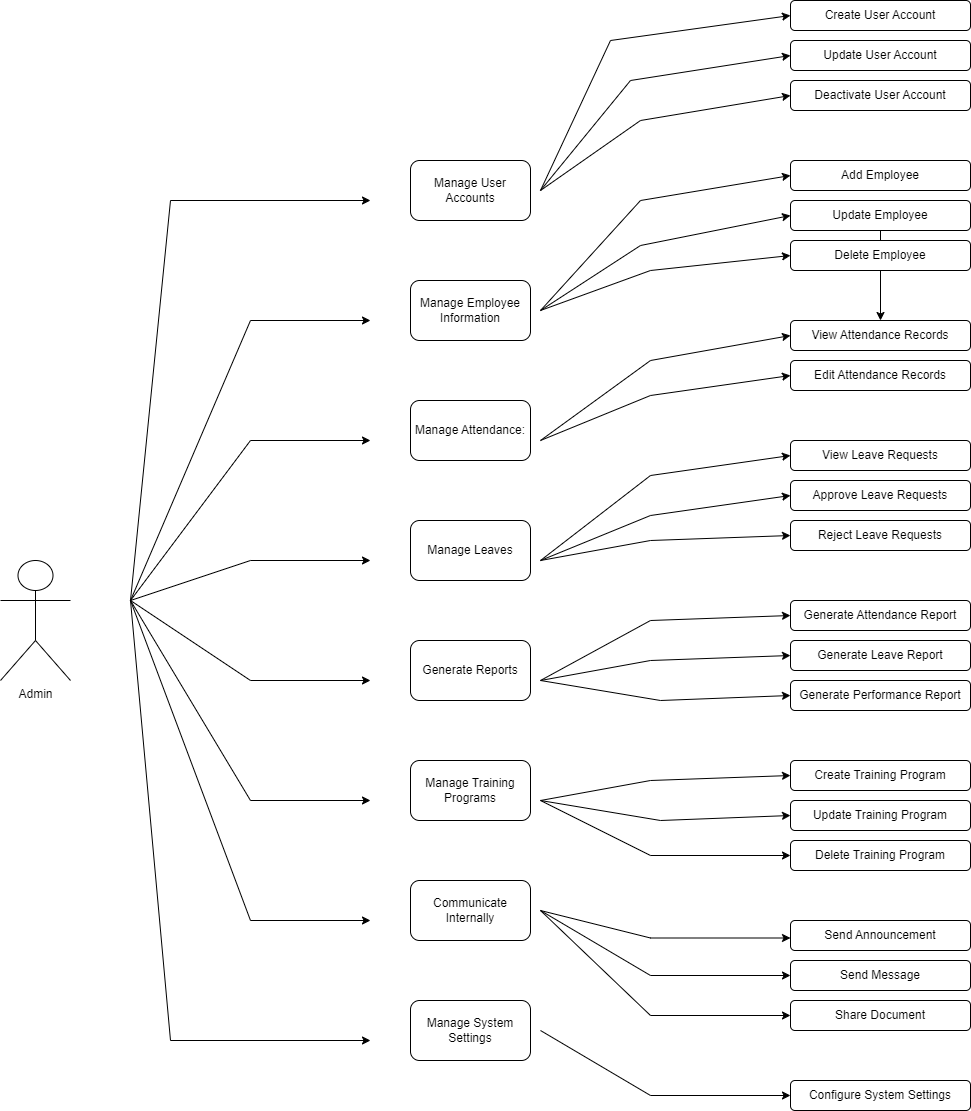
This is Admin Diagram.drawio.png from Arisa-Ndreu/test, a draw.io export, as it was before one commit. Source tidied: cells renumbered, new cells last; positions are measured from the earlier drawing's top-left corner, leaving out a move shared by most shapes. Its diagram source:
```xml
<mxGraphModel>
  <root>
    <mxCell id="0" />
    <mxCell id="1" parent="0" />
    <mxCell id="2" value="Admin" style="shape=umlActor;verticalLabelPosition=bottom;verticalAlign=top;html=1;" parent="1" vertex="1">
      <mxGeometry y="560" width="70" height="120" as="geometry" />
    </mxCell>
    <mxCell id="3" value="Manage User Accounts" style="rounded=1;whiteSpace=wrap;html=1;" parent="1" vertex="1">
      <mxGeometry x="410" y="160" width="120" height="60" as="geometry" />
    </mxCell>
    <mxCell id="4" value="Manage Employee Information" style="rounded=1;whiteSpace=wrap;html=1;" parent="1" vertex="1">
      <mxGeometry x="410" y="280" width="120" height="60" as="geometry" />
    </mxCell>
    <mxCell id="5" value="Manage Leaves" style="rounded=1;whiteSpace=wrap;html=1;" parent="1" vertex="1">
      <mxGeometry x="410" y="520" width="120" height="60" as="geometry" />
    </mxCell>
    <mxCell id="6" value="Generate Reports" style="rounded=1;whiteSpace=wrap;html=1;" parent="1" vertex="1">
      <mxGeometry x="410" y="640" width="120" height="60" as="geometry" />
    </mxCell>
    <mxCell id="7" value="Manage Training Programs" style="rounded=1;whiteSpace=wrap;html=1;" parent="1" vertex="1">
      <mxGeometry x="410" y="760" width="120" height="60" as="geometry" />
    </mxCell>
    <mxCell id="8" value="Communicate Internally" style="rounded=1;whiteSpace=wrap;html=1;" parent="1" vertex="1">
      <mxGeometry x="410" y="880" width="120" height="60" as="geometry" />
    </mxCell>
    <mxCell id="9" value="Manage System Settings" style="rounded=1;whiteSpace=wrap;html=1;" parent="1" vertex="1">
      <mxGeometry x="410" y="1000" width="120" height="60" as="geometry" />
    </mxCell>
    <mxCell id="10" style="endArrow=classic;html=1;rounded=0;" parent="1" edge="1">
      <mxGeometry relative="1" as="geometry">
        <mxPoint x="130" y="600" as="sourcePoint" />
        <mxPoint x="370" y="320" as="targetPoint" />
        <Array as="points">
          <mxPoint x="250" y="320" />
        </Array>
      </mxGeometry>
    </mxCell>
    <mxCell id="11" style="endArrow=classic;html=1;rounded=0;" parent="1" edge="1">
      <mxGeometry relative="1" as="geometry">
        <mxPoint x="130" y="600" as="sourcePoint" />
        <mxPoint x="370" y="440" as="targetPoint" />
        <Array as="points">
          <mxPoint x="250" y="440" />
        </Array>
      </mxGeometry>
    </mxCell>
    <mxCell id="12" style="endArrow=classic;html=1;rounded=0;" parent="1" edge="1">
      <mxGeometry relative="1" as="geometry">
        <mxPoint x="130" y="600" as="sourcePoint" />
        <mxPoint x="370" y="560" as="targetPoint" />
        <Array as="points">
          <mxPoint x="250" y="560" />
        </Array>
      </mxGeometry>
    </mxCell>
    <mxCell id="13" style="endArrow=classic;html=1;rounded=0;" parent="1" edge="1">
      <mxGeometry relative="1" as="geometry">
        <mxPoint x="130" y="600" as="sourcePoint" />
        <mxPoint x="370" y="200" as="targetPoint" />
        <Array as="points">
          <mxPoint x="170" y="200" />
        </Array>
      </mxGeometry>
    </mxCell>
    <mxCell id="14" style="endArrow=classic;html=1;rounded=0;" parent="1" edge="1">
      <mxGeometry relative="1" as="geometry">
        <mxPoint x="130" y="600" as="sourcePoint" />
        <mxPoint x="370" y="680" as="targetPoint" />
        <Array as="points">
          <mxPoint x="250" y="680" />
        </Array>
      </mxGeometry>
    </mxCell>
    <mxCell id="15" style="endArrow=classic;html=1;rounded=0;" parent="1" edge="1">
      <mxGeometry relative="1" as="geometry">
        <mxPoint x="130" y="600" as="sourcePoint" />
        <mxPoint x="370" y="800" as="targetPoint" />
        <Array as="points">
          <mxPoint x="250" y="800" />
        </Array>
      </mxGeometry>
    </mxCell>
    <mxCell id="16" style="endArrow=classic;html=1;rounded=0;" parent="1" edge="1">
      <mxGeometry relative="1" as="geometry">
        <mxPoint x="130" y="600" as="sourcePoint" />
        <mxPoint x="370" y="920" as="targetPoint" />
        <Array as="points">
          <mxPoint x="250" y="920" />
        </Array>
      </mxGeometry>
    </mxCell>
    <mxCell id="17" value="Update User Account" style="rounded=1;whiteSpace=wrap;html=1;" parent="1" vertex="1">
      <mxGeometry x="790" y="40" width="180" height="30" as="geometry" />
    </mxCell>
    <mxCell id="18" style="edgeStyle=orthogonalEdgeStyle;rounded=0;jettySize=auto;html=1;" parent="1" edge="1" source="19" target="25">
      <mxGeometry relative="1" as="geometry" />
    </mxCell>
    <mxCell id="19" value="Update Employee" style="rounded=1;whiteSpace=wrap;html=1;" parent="1" vertex="1">
      <mxGeometry x="790" y="200" width="180" height="30" as="geometry" />
    </mxCell>
    <mxCell id="20" value="Delete Employee" style="rounded=1;whiteSpace=wrap;html=1;" parent="1" vertex="1">
      <mxGeometry x="790" y="240" width="180" height="30" as="geometry" />
    </mxCell>
    <mxCell id="21" value="Create Training Program" style="rounded=1;whiteSpace=wrap;html=1;" parent="1" vertex="1">
      <mxGeometry x="790" y="760" width="180" height="30" as="geometry" />
    </mxCell>
    <mxCell id="22" value="Add Employee" style="rounded=1;whiteSpace=wrap;html=1;" parent="1" vertex="1">
      <mxGeometry x="790" y="160" width="180" height="30" as="geometry" />
    </mxCell>
    <mxCell id="23" value="View Leave Requests" style="rounded=1;whiteSpace=wrap;html=1;" parent="1" vertex="1">
      <mxGeometry x="790" y="440" width="180" height="30" as="geometry" />
    </mxCell>
    <mxCell id="24" value="Deactivate User Account" style="rounded=1;whiteSpace=wrap;html=1;" parent="1" vertex="1">
      <mxGeometry x="790" y="80" width="180" height="30" as="geometry" />
    </mxCell>
    <mxCell id="25" value="View Attendance Records" style="rounded=1;whiteSpace=wrap;html=1;" parent="1" vertex="1">
      <mxGeometry x="790" y="320" width="180" height="30" as="geometry" />
    </mxCell>
    <mxCell id="26" value="Edit Attendance Records" style="rounded=1;whiteSpace=wrap;html=1;" parent="1" vertex="1">
      <mxGeometry x="790" y="360" width="180" height="30" as="geometry" />
    </mxCell>
    <mxCell id="27" value="Approve Leave Requests" style="rounded=1;whiteSpace=wrap;html=1;" parent="1" vertex="1">
      <mxGeometry x="790" y="480" width="180" height="30" as="geometry" />
    </mxCell>
    <mxCell id="28" value="Reject Leave Requests" style="rounded=1;whiteSpace=wrap;html=1;" parent="1" vertex="1">
      <mxGeometry x="790" y="520" width="180" height="30" as="geometry" />
    </mxCell>
    <mxCell id="29" value="Generate Attendance Report" style="rounded=1;whiteSpace=wrap;html=1;" parent="1" vertex="1">
      <mxGeometry x="790" y="600" width="180" height="30" as="geometry" />
    </mxCell>
    <mxCell id="30" value="Generate Leave Report" style="rounded=1;whiteSpace=wrap;html=1;" parent="1" vertex="1">
      <mxGeometry x="790" y="640" width="180" height="30" as="geometry" />
    </mxCell>
    <mxCell id="31" value="Generate Performance Report" style="rounded=1;whiteSpace=wrap;html=1;" parent="1" vertex="1">
      <mxGeometry x="790" y="680" width="180" height="30" as="geometry" />
    </mxCell>
    <mxCell id="32" value="Update Training Program" style="rounded=1;whiteSpace=wrap;html=1;" parent="1" vertex="1">
      <mxGeometry x="790" y="800" width="180" height="30" as="geometry" />
    </mxCell>
    <mxCell id="33" value="Delete Training Program" style="rounded=1;whiteSpace=wrap;html=1;" parent="1" vertex="1">
      <mxGeometry x="790" y="840" width="180" height="30" as="geometry" />
    </mxCell>
    <mxCell id="34" value="Send Announcement" style="rounded=1;whiteSpace=wrap;html=1;" parent="1" vertex="1">
      <mxGeometry x="790" y="920" width="180" height="30" as="geometry" />
    </mxCell>
    <mxCell id="35" value="Send Message" style="rounded=1;whiteSpace=wrap;html=1;" parent="1" vertex="1">
      <mxGeometry x="790" y="960" width="180" height="30" as="geometry" />
    </mxCell>
    <mxCell id="36" value="Share Document" style="rounded=1;whiteSpace=wrap;html=1;" parent="1" vertex="1">
      <mxGeometry x="790" y="1000" width="180" height="30" as="geometry" />
    </mxCell>
    <mxCell id="37" value="Create User Account" style="rounded=1;whiteSpace=wrap;html=1;" parent="1" vertex="1">
      <mxGeometry x="790" width="180" height="30" as="geometry" />
    </mxCell>
    <mxCell id="38" value="Configure System Settings" style="rounded=1;whiteSpace=wrap;html=1;" parent="1" vertex="1">
      <mxGeometry x="790" y="1080" width="180" height="30" as="geometry" />
    </mxCell>
    <mxCell id="39" style="endArrow=classic;html=1;rounded=0;entryX=0;entryY=0.5;entryDx=0;entryDy=0;" parent="1" edge="1" target="37">
      <mxGeometry relative="1" as="geometry">
        <mxPoint x="540" y="190" as="sourcePoint" />
        <Array as="points">
          <mxPoint x="610" y="40" />
        </Array>
      </mxGeometry>
    </mxCell>
    <mxCell id="40" style="endArrow=classic;html=1;rounded=0;entryX=0;entryY=0.5;entryDx=0;entryDy=0;" parent="1" edge="1" target="17">
      <mxGeometry relative="1" as="geometry">
        <mxPoint x="540" y="190" as="sourcePoint" />
        <Array as="points">
          <mxPoint x="630" y="80" />
        </Array>
      </mxGeometry>
    </mxCell>
    <mxCell id="41" style="endArrow=classic;html=1;rounded=0;entryX=0;entryY=0.5;entryDx=0;entryDy=0;" parent="1" edge="1" target="24">
      <mxGeometry relative="1" as="geometry">
        <mxPoint x="540" y="190" as="sourcePoint" />
        <Array as="points">
          <mxPoint x="640" y="120" />
        </Array>
      </mxGeometry>
    </mxCell>
    <mxCell id="42" style="endArrow=classic;html=1;rounded=0;entryX=0;entryY=0.5;entryDx=0;entryDy=0;" parent="1" edge="1" target="19">
      <mxGeometry relative="1" as="geometry">
        <mxPoint x="540" y="310" as="sourcePoint" />
        <Array as="points">
          <mxPoint x="640" y="245" />
        </Array>
      </mxGeometry>
    </mxCell>
    <mxCell id="43" style="endArrow=classic;html=1;rounded=0;entryX=0;entryY=0.5;entryDx=0;entryDy=0;" parent="1" edge="1">
      <mxGeometry relative="1" as="geometry">
        <mxPoint x="540" y="310" as="sourcePoint" />
        <mxPoint x="790" y="175" as="targetPoint" />
        <Array as="points">
          <mxPoint x="640" y="200" />
        </Array>
      </mxGeometry>
    </mxCell>
    <mxCell id="44" style="endArrow=classic;html=1;rounded=0;entryX=0;entryY=0.5;entryDx=0;entryDy=0;" parent="1" edge="1" target="20">
      <mxGeometry relative="1" as="geometry">
        <mxPoint x="540" y="310" as="sourcePoint" />
        <Array as="points">
          <mxPoint x="650" y="270" />
        </Array>
      </mxGeometry>
    </mxCell>
    <mxCell id="45" style="endArrow=classic;html=1;rounded=0;entryX=0;entryY=0.5;entryDx=0;entryDy=0;" parent="1" edge="1" target="26">
      <mxGeometry relative="1" as="geometry">
        <mxPoint x="540" y="440" as="sourcePoint" />
        <Array as="points">
          <mxPoint x="650" y="395" />
        </Array>
      </mxGeometry>
    </mxCell>
    <mxCell id="46" style="endArrow=classic;html=1;rounded=0;entryX=0;entryY=0.5;entryDx=0;entryDy=0;" parent="1" edge="1" target="25">
      <mxGeometry relative="1" as="geometry">
        <mxPoint x="540" y="440" as="sourcePoint" />
        <Array as="points">
          <mxPoint x="650" y="360" />
        </Array>
      </mxGeometry>
    </mxCell>
    <mxCell id="47" style="endArrow=classic;html=1;rounded=0;entryX=0;entryY=0.5;entryDx=0;entryDy=0;" parent="1" edge="1">
      <mxGeometry relative="1" as="geometry">
        <mxPoint x="540" y="560" as="sourcePoint" />
        <mxPoint x="790" y="495" as="targetPoint" />
        <Array as="points">
          <mxPoint x="650" y="515" />
        </Array>
      </mxGeometry>
    </mxCell>
    <mxCell id="48" style="endArrow=classic;html=1;rounded=0;entryX=0;entryY=0.5;entryDx=0;entryDy=0;" parent="1" edge="1">
      <mxGeometry relative="1" as="geometry">
        <mxPoint x="540" y="560" as="sourcePoint" />
        <mxPoint x="790" y="535" as="targetPoint" />
        <Array as="points">
          <mxPoint x="650" y="540" />
        </Array>
      </mxGeometry>
    </mxCell>
    <mxCell id="49" style="endArrow=classic;html=1;rounded=0;entryX=0;entryY=0.5;entryDx=0;entryDy=0;" parent="1" edge="1">
      <mxGeometry relative="1" as="geometry">
        <mxPoint x="540" y="560" as="sourcePoint" />
        <mxPoint x="790" y="455" as="targetPoint" />
        <Array as="points">
          <mxPoint x="650" y="475" />
        </Array>
      </mxGeometry>
    </mxCell>
    <mxCell id="50" style="endArrow=classic;html=1;rounded=0;entryX=0;entryY=0.5;entryDx=0;entryDy=0;" parent="1" edge="1">
      <mxGeometry relative="1" as="geometry">
        <mxPoint x="540" y="680" as="sourcePoint" />
        <mxPoint x="790" y="655" as="targetPoint" />
        <Array as="points">
          <mxPoint x="650" y="660" />
        </Array>
      </mxGeometry>
    </mxCell>
    <mxCell id="51" style="endArrow=classic;html=1;rounded=0;entryX=0;entryY=0.5;entryDx=0;entryDy=0;" parent="1" edge="1">
      <mxGeometry relative="1" as="geometry">
        <mxPoint x="540" y="680" as="sourcePoint" />
        <mxPoint x="790" y="615" as="targetPoint" />
        <Array as="points">
          <mxPoint x="650" y="620" />
        </Array>
      </mxGeometry>
    </mxCell>
    <mxCell id="52" style="endArrow=classic;html=1;rounded=0;entryX=0;entryY=0.5;entryDx=0;entryDy=0;" parent="1" edge="1" target="31">
      <mxGeometry relative="1" as="geometry">
        <mxPoint x="540" y="680" as="sourcePoint" />
        <Array as="points">
          <mxPoint x="660" y="700" />
        </Array>
      </mxGeometry>
    </mxCell>
    <mxCell id="53" value="Manage Attendance:" style="rounded=1;whiteSpace=wrap;html=1;" parent="1" vertex="1">
      <mxGeometry x="410" y="400" width="120" height="60" as="geometry" />
    </mxCell>
    <mxCell id="54" style="endArrow=classic;html=1;rounded=0;" parent="1" edge="1">
      <mxGeometry relative="1" as="geometry">
        <mxPoint x="130" y="600" as="sourcePoint" />
        <mxPoint x="370" y="1040" as="targetPoint" />
        <Array as="points">
          <mxPoint x="170" y="1040" />
        </Array>
      </mxGeometry>
    </mxCell>
    <mxCell id="55" style="endArrow=classic;html=1;rounded=0;entryX=0;entryY=0.5;entryDx=0;entryDy=0;" parent="1" edge="1">
      <mxGeometry relative="1" as="geometry">
        <mxPoint x="540" y="800" as="sourcePoint" />
        <mxPoint x="790" y="775" as="targetPoint" />
        <Array as="points">
          <mxPoint x="650" y="780" />
        </Array>
      </mxGeometry>
    </mxCell>
    <mxCell id="56" style="endArrow=classic;html=1;rounded=0;entryX=0;entryY=0.5;entryDx=0;entryDy=0;" parent="1" edge="1">
      <mxGeometry relative="1" as="geometry">
        <mxPoint x="540" y="800" as="sourcePoint" />
        <mxPoint x="790" y="815" as="targetPoint" />
        <Array as="points">
          <mxPoint x="660" y="820" />
        </Array>
      </mxGeometry>
    </mxCell>
    <mxCell id="57" style="endArrow=classic;html=1;rounded=0;entryX=0;entryY=0.5;entryDx=0;entryDy=0;" parent="1" edge="1" target="33">
      <mxGeometry relative="1" as="geometry">
        <mxPoint x="540" y="800" as="sourcePoint" />
        <Array as="points">
          <mxPoint x="650" y="855" />
        </Array>
      </mxGeometry>
    </mxCell>
    <mxCell id="58" style="endArrow=classic;html=1;rounded=0;entryX=0;entryY=0.5;entryDx=0;entryDy=0;" parent="1" edge="1">
      <mxGeometry relative="1" as="geometry">
        <mxPoint x="540" y="910" as="sourcePoint" />
        <mxPoint x="790" y="937.5" as="targetPoint" />
        <Array as="points">
          <mxPoint x="650" y="937.5" />
        </Array>
      </mxGeometry>
    </mxCell>
    <mxCell id="59" style="endArrow=classic;html=1;rounded=0;entryX=0;entryY=0.5;entryDx=0;entryDy=0;" parent="1" edge="1">
      <mxGeometry relative="1" as="geometry">
        <mxPoint x="540" y="910" as="sourcePoint" />
        <mxPoint x="790" y="975" as="targetPoint" />
        <Array as="points">
          <mxPoint x="650" y="975" />
        </Array>
      </mxGeometry>
    </mxCell>
    <mxCell id="60" style="endArrow=classic;html=1;rounded=0;entryX=0;entryY=0.5;entryDx=0;entryDy=0;" parent="1" edge="1">
      <mxGeometry relative="1" as="geometry">
        <mxPoint x="540" y="910" as="sourcePoint" />
        <mxPoint x="790" y="1015" as="targetPoint" />
        <Array as="points">
          <mxPoint x="650" y="1015" />
        </Array>
      </mxGeometry>
    </mxCell>
    <mxCell id="61" style="endArrow=classic;html=1;rounded=0;entryX=0;entryY=0.5;entryDx=0;entryDy=0;" parent="1" edge="1">
      <mxGeometry relative="1" as="geometry">
        <mxPoint x="540" y="1030" as="sourcePoint" />
        <mxPoint x="790" y="1095" as="targetPoint" />
        <Array as="points">
          <mxPoint x="650" y="1095" />
        </Array>
      </mxGeometry>
    </mxCell>
  </root>
</mxGraphModel>
```
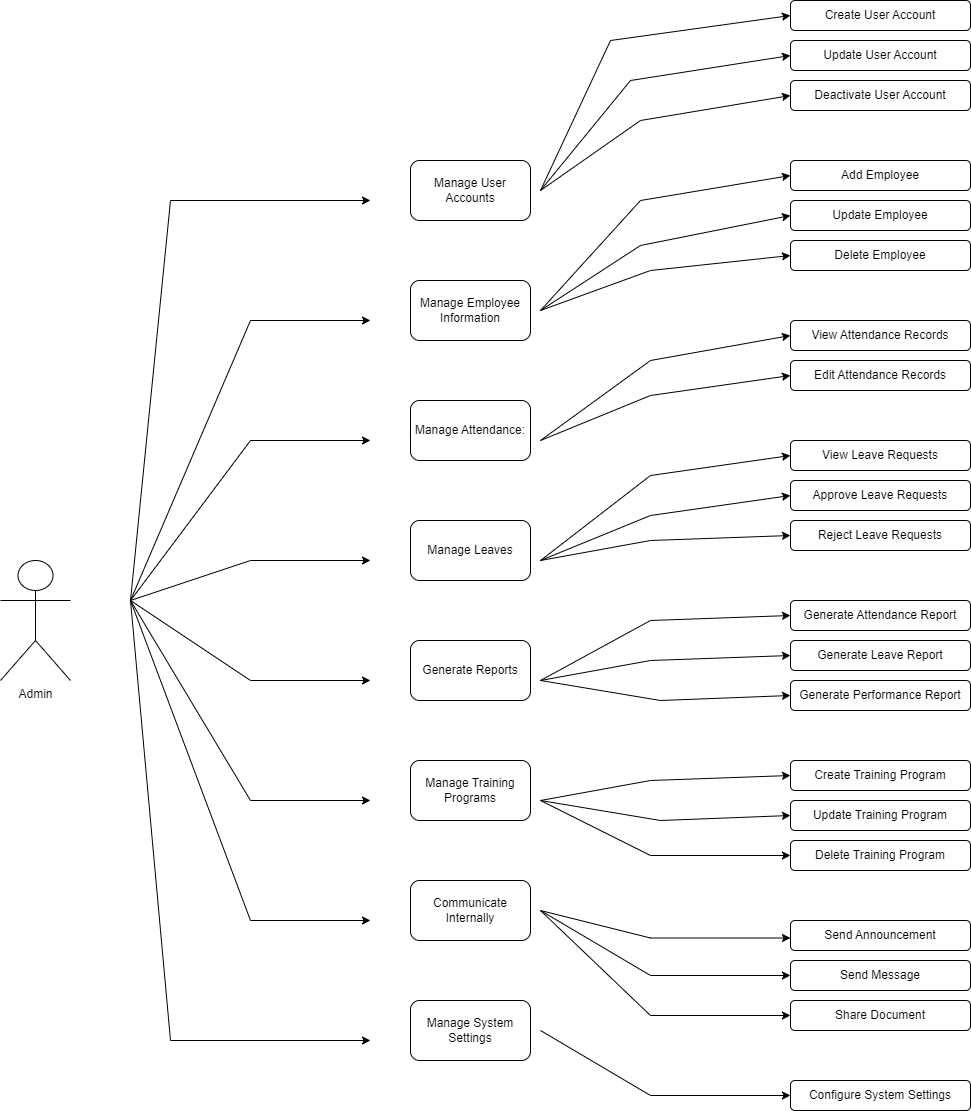
After the change.

Change to the diagram source:
```diff
@@ -92,9 +92,6 @@
     <mxCell id="17" value="Update User Account" style="rounded=1;whiteSpace=wrap;html=1;" parent="1" vertex="1">
       <mxGeometry x="790" y="40" width="180" height="30" as="geometry" />
     </mxCell>
-    <mxCell id="18" style="edgeStyle=orthogonalEdgeStyle;rounded=0;jettySize=auto;html=1;" parent="1" edge="1" source="19" target="25">
-      <mxGeometry relative="1" as="geometry" />
-    </mxCell>
     <mxCell id="19" value="Update Employee" style="rounded=1;whiteSpace=wrap;html=1;" parent="1" vertex="1">
       <mxGeometry x="790" y="200" width="180" height="30" as="geometry" />
     </mxCell>
```
